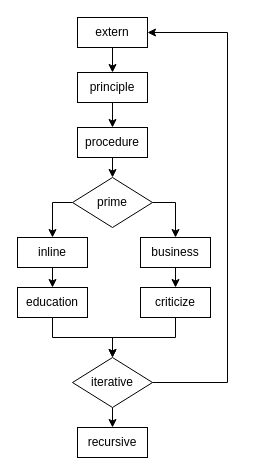
Above: docs/graph/private.drawio in morgan322/ai-engine (draw.io), before the change. Source tidied: cells renumbered, new cells numbered last; positions are measured from the earlier drawing's top-left corner, leaving out a move shared by most shapes. Both pictures are drawn from the tidied source at 100%, with x=0, y=0 at pixel (17, 17).
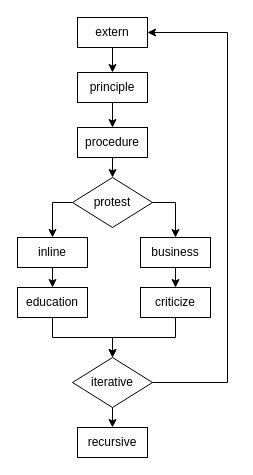
Above is the later version.

The edit, as a diff of the source:
```diff
@@
-    <mxCell id="8" value="prime" style="rhombus;whiteSpace=wrap;html=1;shadow=0;" parent="1" vertex="1">
+    <mxCell id="8" value="protest" style="rhombus;whiteSpace=wrap;html=1;shadow=0;" parent="1" vertex="1">
       <mxGeometry x="55" y="160" width="80" height="50" as="geometry" />
     </mxCell>
```
